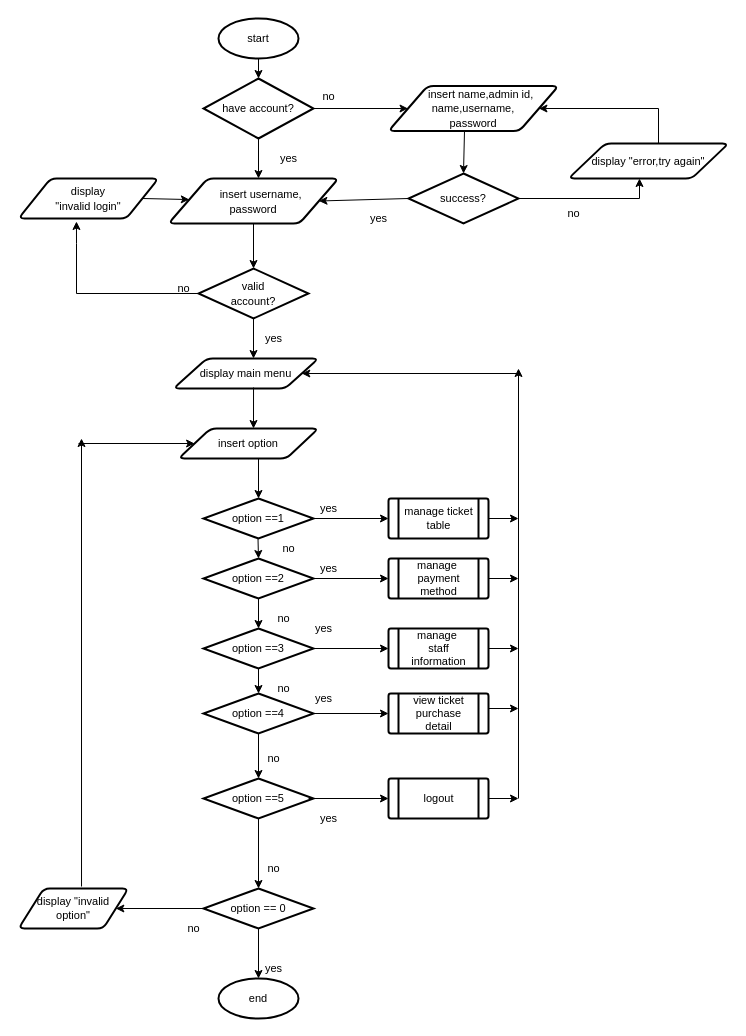
abby18abby/week-2-class-diagram keeps this draw.io diagram as page "Page-3" (4 of 9) of Exercise1ClassDiagram.drawio. Above is the earlier version. Source tidied: cells renumbered, new cells numbered last; positions are measured from the earlier drawing's top-left corner, leaving out a move shared by most shapes. Both pictures are drawn from the tidied source at 100%, with x=0, y=0 at pixel (18, 18).
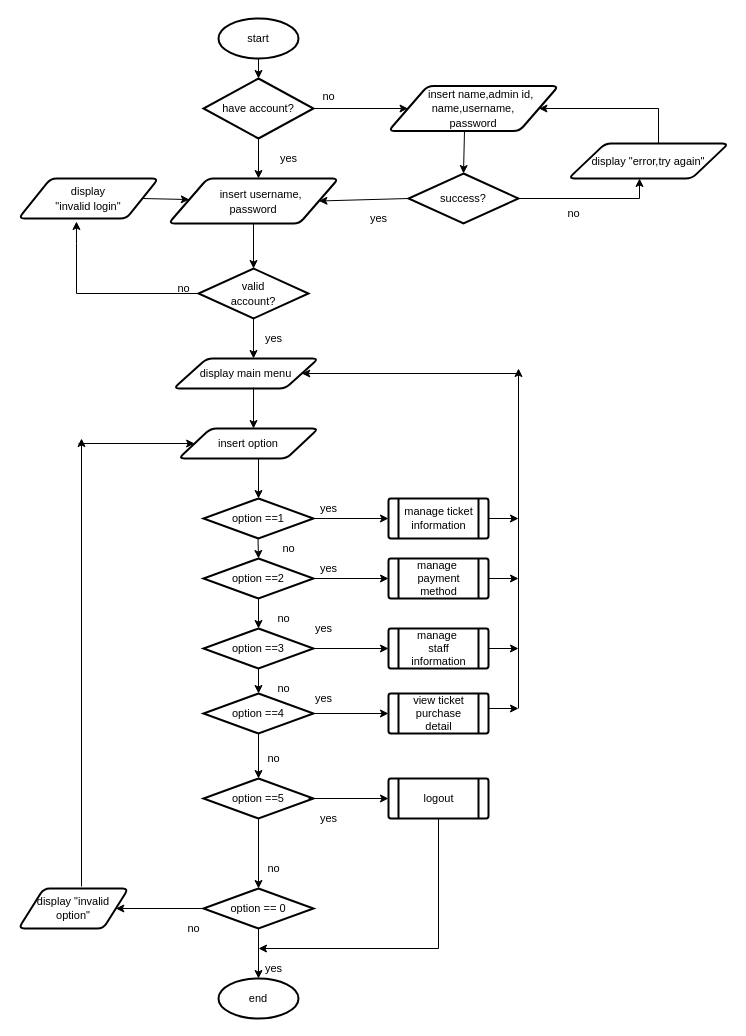
Above is the later version.

Unchanged cells that the change refers to:
```xml
<mxCell id="77" style="verticalLabelPosition=bottom;verticalAlign=top;html=1;shape=process;whiteSpace=wrap;rounded=1;size=0.1;arcSize=6;sketch=0;fontSize=11;align=left;strokeWidth=2;" parent="1" vertex="1">
  <mxGeometry x="370" y="760" width="100" height="40" as="geometry" />
</mxCell>
```

The edit, as a diff of the source:
```diff
@@
-    <mxCell id="19" value="manage ticket&lt;br&gt;table" style="text;html=1;align=center;verticalAlign=middle;strokeColor=none;fillColor=none;fontSize=11;" parent="1" vertex="1">
+    <mxCell id="19" value="manage ticket&lt;br&gt;information" style="text;html=1;align=center;verticalAlign=middle;strokeColor=none;fillColor=none;fontSize=11;" parent="1" vertex="1">
       <mxGeometry x="380" y="485" width="80" height="30" as="geometry" />
     </mxCell>
@@
     <mxCell id="47" style="endArrow=classic;html=1;rounded=0;fontSize=11;jumpStyle=none;jumpSize=4;" parent="1" edge="1">
       <mxGeometry relative="1" as="geometry">
-        <mxPoint x="500" y="780" as="sourcePoint" />
+        <mxPoint x="500" y="690" as="sourcePoint" />
         <mxPoint x="500" y="350" as="targetPoint" />
       </mxGeometry>
     </mxCell>
@@
-    <mxCell id="80" style="endArrow=classic;html=1;rounded=0;fontSize=11;jumpStyle=none;jumpSize=4;exitX=1;exitY=0.5;exitDx=0;exitDy=0;" parent="1" edge="1" source="77">
+    <mxCell id="80" style="endArrow=classic;html=1;rounded=0;fontSize=11;jumpStyle=none;jumpSize=4;exitX=0.5;exitY=1;exitDx=0;exitDy=0;edgeStyle=orthogonalEdgeStyle;" parent="1" edge="1" source="77">
       <mxGeometry relative="1" as="geometry">
-        <mxPoint x="500" y="780" as="targetPoint" />
+        <mxPoint x="240" y="930" as="targetPoint" />
+        <Array as="points">
+          <mxPoint x="420" y="930" />
+        </Array>
       </mxGeometry>
     </mxCell>
```
